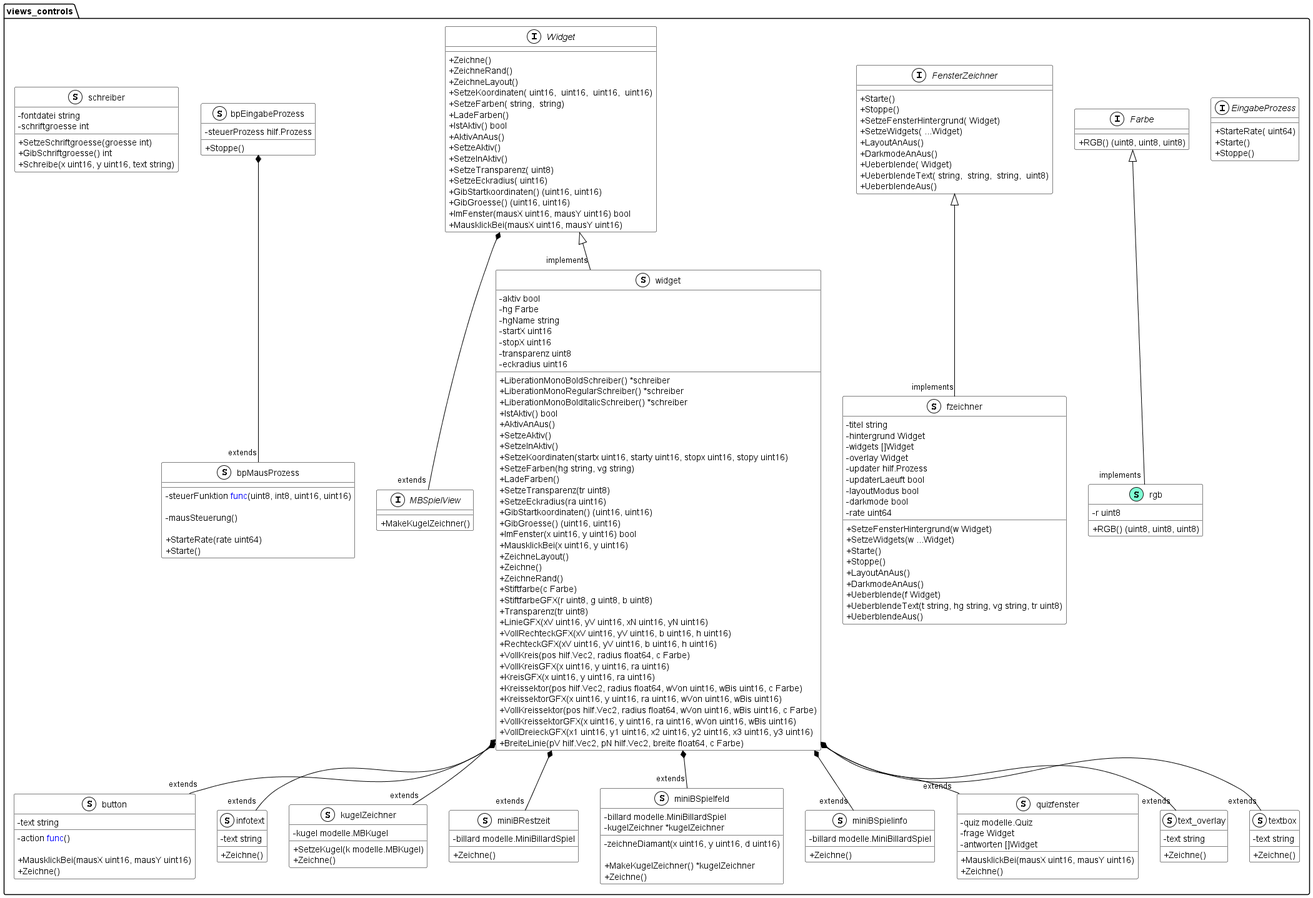
The PlantUML diagram documentation/UML/views_controls.png in Fussbroich/lwb-SWP, before a commit.
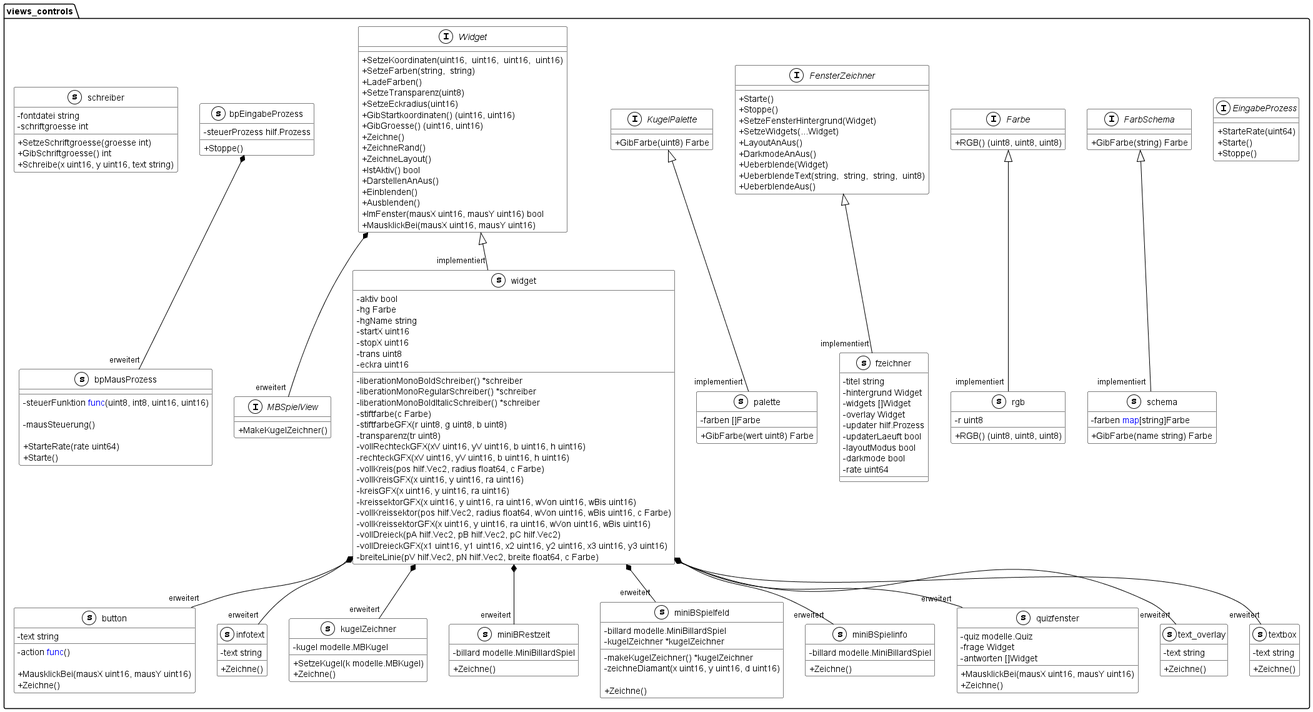
Above is the later version.

The edit, as a diff of the source:
```diff
@@ -1,82 +1,78 @@
 @startuml
 skinparam classAttributeIconSize 0
-
 skinparam class {
 BackgroundColor White
 ArrowColor Black
 BorderColor Black
 }
-skinparam stereotypeCBackgroundColor White
 namespace views_controls {
     interface EingabeProzess << (I,White) >> {
-        + StarteRate( uint64)
+        + StarteRate(uint64)
         + Starte()
         + Stoppe()
-
+    }
+    interface FarbSchema << (I,White) >> {
+        + GibFarbe(string) Farbe
     }
     interface Farbe << (I,White) >> {
         + RGB() (uint8, uint8, uint8)
-
     }
     interface FensterZeichner << (I,White) >> {
         + Starte()
         + Stoppe()
-        + SetzeFensterHintergrund( Widget)
-        + SetzeWidgets( ...Widget)
+        + SetzeFensterHintergrund(Widget)
+        + SetzeWidgets(...Widget)
         + LayoutAnAus()
         + DarkmodeAnAus()
-        + Ueberblende( Widget)
-        + UeberblendeText( string,  string,  string,  uint8)
+        + Ueberblende(Widget)
+        + UeberblendeText(string,  string,  string,  uint8)
         + UeberblendeAus()
-
+    }
+    interface KugelPalette << (I,White) >> {
+        + GibFarbe(uint8) Farbe
     }
     interface MBSpielView << (I,White) >> {
         + MakeKugelZeichner()
-
     }
     interface Widget << (I,White) >> {
+        + SetzeKoordinaten(uint16,  uint16,  uint16,  uint16)
+        + SetzeFarben(string,  string)
+        + LadeFarben()
+        + SetzeTransparenz(uint8)
+        + SetzeEckradius(uint16)
+        + GibStartkoordinaten() (uint16, uint16)
+        + GibGroesse() (uint16, uint16)
         + Zeichne()
         + ZeichneRand()
         + ZeichneLayout()
-        + SetzeKoordinaten( uint16,  uint16,  uint16,  uint16)
-        + SetzeFarben( string,  string)
-        + LadeFarben()
         + IstAktiv() bool
-        + AktivAnAus()
-        + SetzeAktiv()
-        + SetzeInAktiv()
-        + SetzeTransparenz( uint8)
-        + SetzeEckradius( uint16)
-        + GibStartkoordinaten() (uint16, uint16)
-        + GibGroesse() (uint16, uint16)
+        + DarstellenAnAus()
+        + Einblenden()
+        + Ausblenden()
         + ImFenster(mausX uint16, mausY uint16) bool
         + MausklickBei(mausX uint16, mausY uint16)
-
     }
-    class bpEingabeProzess << (S,White) >> {
+    class bpEingabeProzess << (s,White) >> {
         - steuerProzess hilf.Prozess
 
         + Stoppe()
-
     }
-    class bpMausProzess << (S,White) >> {
+    class bpMausProzess << (s,White) >> {
         - steuerFunktion <font color=blue>func</font>(uint8, int8, uint16, uint16)
 
         - mausSteuerung()
 
         + StarteRate(rate uint64)
         + Starte()
-
     }
-    class button << (S,White) >> {
+    class button << (s,White) >> {
         - text string
         - action <font color=blue>func</font>()
 
         + MausklickBei(mausX uint16, mausY uint16)
         + Zeichne()
-
     }
-    class fzeichner << (S,White) >> {
+    class fzeichner << (s,White) >> {
         - titel string
         - hintergrund Widget
         - widgets []Widget
@@ -86,149 +82,122 @@
         - layoutModus bool
         - darkmode bool
         - rate uint64
-
-        + SetzeFensterHintergrund(w Widget)
-        + SetzeWidgets(w ...Widget)
-        + Starte()
-        + Stoppe()
-        + LayoutAnAus()
-        + DarkmodeAnAus()
-        + Ueberblende(f Widget)
-        + UeberblendeText(t string, hg string, vg string, tr uint8)
-        + UeberblendeAus()
-
     }
-    class infotext << (S,White) >> {
+    class infotext << (s,White) >> {
         - text string
 
         + Zeichne()
-
     }
-    class kugelZeichner << (S,White) >> {
+    class kugelZeichner << (s,White) >> {
         - kugel modelle.MBKugel
 
         + SetzeKugel(k modelle.MBKugel)
         + Zeichne()
-
     }
-    class miniBRestzeit << (S,White) >> {
+    class miniBRestzeit << (s,White) >> {
         - billard modelle.MiniBillardSpiel
 
         + Zeichne()
-
     }
-    class miniBSpielfeld << (S,White) >> {
+    class miniBSpielfeld << (s,White) >> {
         - billard modelle.MiniBillardSpiel
         - kugelZeichner *kugelZeichner
 
+        - makeKugelZeichner() *kugelZeichner
         - zeichneDiamant(x uint16, y uint16, d uint16)
 
-        + MakeKugelZeichner() *kugelZeichner
         + Zeichne()
-
     }
-    class miniBSpielinfo << (S,White) >> {
+    class miniBSpielinfo << (s,White) >> {
         - billard modelle.MiniBillardSpiel
 
         + Zeichne()
+    }
+    class palette << (s,White) >> {
+        - farben []Farbe
 
+        + GibFarbe(wert uint8) Farbe
     }
-    class quizfenster << (S,White) >> {
+    class quizfenster << (s,White) >> {
         - quiz modelle.Quiz
         - frage Widget
         - antworten []Widget
 
         + MausklickBei(mausX uint16, mausY uint16)
         + Zeichne()
-
     }
-    class rgb << (S,Aquamarine) >> {
+    class rgb << (s,White) >> {
         - r uint8
 
         + RGB() (uint8, uint8, uint8)
+    }
+    class schema << (s,White) >> {
+        - farben <font color=blue>map</font>[string]Farbe
 
+        + GibFarbe(name string) Farbe
     }
-    class schreiber << (S,White) >> {
+    class schreiber << (s,White) >> {
         - fontdatei string
         - schriftgroesse int
 
         + SetzeSchriftgroesse(groesse int)
         + GibSchriftgroesse() int
         + Schreibe(x uint16, y uint16, text string)
-
     }
-    class text_overlay << (S,White) >> {
+    class text_overlay << (s,White) >> {
         - text string
 
         + Zeichne()
-
     }
-    class textbox << (S,White) >> {
+    class textbox << (s,White) >> {
         - text string
 
         + Zeichne()
-
     }
-    class widget << (S,White) >> {
+    class widget << (s,White) >> {
         - aktiv bool
         - hg Farbe
         - hgName string
         - startX uint16
         - stopX uint16
-        - transparenz uint8
-        - eckradius uint16
+        - trans uint8
+        - eckra uint16
 
-        + LiberationMonoBoldSchreiber() *schreiber
-        + LiberationMonoRegularSchreiber() *schreiber
-        + LiberationMonoBoldItalicSchreiber() *schreiber
-        + IstAktiv() bool
-        + AktivAnAus()
-        + SetzeAktiv()
-        + SetzeInAktiv()
-        + SetzeKoordinaten(startx uint16, starty uint16, stopx uint16, stopy uint16)
-        + SetzeFarben(hg string, vg string)
-        + LadeFarben()
-        + SetzeTransparenz(tr uint8)
-        + SetzeEckradius(ra uint16)
-        + GibStartkoordinaten() (uint16, uint16)
-        + GibGroesse() (uint16, uint16)
-        + ImFenster(x uint16, y uint16) bool
-        + MausklickBei(x uint16, y uint16)
-        + ZeichneLayout()
-        + Zeichne()
-        + ZeichneRand()
-        + Stiftfarbe(c Farbe)
-        + StiftfarbeGFX(r uint8, g uint8, b uint8)
-        + Transparenz(tr uint8)
-        + LinieGFX(xV uint16, yV uint16, xN uint16, yN uint16)
-        + VollRechteckGFX(xV uint16, yV uint16, b uint16, h uint16)
-        + RechteckGFX(xV uint16, yV uint16, b uint16, h uint16)
-        + VollKreis(pos hilf.Vec2, radius float64, c Farbe)
-        + VollKreisGFX(x uint16, y uint16, ra uint16)
-        + KreisGFX(x uint16, y uint16, ra uint16)
-        + Kreissektor(pos hilf.Vec2, radius float64, wVon uint16, wBis uint16, c Farbe)
-        + KreissektorGFX(x uint16, y uint16, ra uint16, wVon uint16, wBis uint16)
-        + VollKreissektor(pos hilf.Vec2, radius float64, wVon uint16, wBis uint16, c Farbe)
-        + VollKreissektorGFX(x uint16, y uint16, ra uint16, wVon uint16, wBis uint16)
-        + VollDreieckGFX(x1 uint16, y1 uint16, x2 uint16, y2 uint16, x3 uint16, y3 uint16)
-        + BreiteLinie(pV hilf.Vec2, pN hilf.Vec2, breite float64, c Farbe)
-
+        - liberationMonoBoldSchreiber() *schreiber
+        - liberationMonoRegularSchreiber() *schreiber
+        - liberationMonoBoldItalicSchreiber() *schreiber
+        - stiftfarbe(c Farbe)
+        - stiftfarbeGFX(r uint8, g uint8, b uint8)
+        - transparenz(tr uint8)
+        - vollRechteckGFX(xV uint16, yV uint16, b uint16, h uint16)
+        - rechteckGFX(xV uint16, yV uint16, b uint16, h uint16)
+        - vollKreis(pos hilf.Vec2, radius float64, c Farbe)
+        - vollKreisGFX(x uint16, y uint16, ra uint16)
+        - kreisGFX(x uint16, y uint16, ra uint16)
+        - kreissektorGFX(x uint16, y uint16, ra uint16, wVon uint16, wBis uint16)
+        - vollKreissektor(pos hilf.Vec2, radius float64, wVon uint16, wBis uint16, c Farbe)
+        - vollKreissektorGFX(x uint16, y uint16, ra uint16, wVon uint16, wBis uint16)
+        - vollDreieck(pA hilf.Vec2, pB hilf.Vec2, pC hilf.Vec2)
+        - vollDreieckGFX(x1 uint16, y1 uint16, x2 uint16, y2 uint16, x3 uint16, y3 uint16)
+        - breiteLinie(pV hilf.Vec2, pN hilf.Vec2, breite float64, c Farbe)
     }
 }
-"views_controls.Widget" *-- "extends""views_controls.MBSpielView"
-"views_controls.bpEingabeProzess" *-- "extends""views_controls.bpMausProzess"
-"views_controls.widget" *-- "extends""views_controls.button"
-"views_controls.widget" *-- "extends""views_controls.infotext"
-"views_controls.widget" *-- "extends""views_controls.kugelZeichner"
-"views_controls.widget" *-- "extends""views_controls.miniBRestzeit"
-"views_controls.widget" *-- "extends""views_controls.miniBSpielfeld"
-"views_controls.widget" *-- "extends""views_controls.miniBSpielinfo"
-"views_controls.widget" *-- "extends""views_controls.quizfenster"
-"views_controls.widget" *-- "extends""views_controls.text_overlay"
-"views_controls.widget" *-- "extends""views_controls.textbox"
+"views_controls.Widget" *-- "erweitert""views_controls.MBSpielView"
+"views_controls.bpEingabeProzess" *-- "erweitert""views_controls.bpMausProzess"
+"views_controls.widget" *-- "erweitert""views_controls.button"
+"views_controls.widget" *-- "erweitert""views_controls.infotext"
+"views_controls.widget" *-- "erweitert""views_controls.kugelZeichner"
+"views_controls.widget" *-- "erweitert""views_controls.miniBRestzeit"
+"views_controls.widget" *-- "erweitert""views_controls.miniBSpielfeld"
+"views_controls.widget" *-- "erweitert""views_controls.miniBSpielinfo"
+"views_controls.widget" *-- "erweitert""views_controls.quizfenster"
+"views_controls.widget" *-- "erweitert""views_controls.text_overlay"
+"views_controls.widget" *-- "erweitert""views_controls.textbox"
 
-"views_controls.FensterZeichner" <|-- "implements""views_controls.fzeichner"
-"views_controls.Farbe" <|-- "implements""views_controls.rgb"
-"views_controls.Widget" <|-- "implements""views_controls.widget"
+"views_controls.FensterZeichner" <|-- "implementiert""views_controls.fzeichner"
+"views_controls.KugelPalette" <|-- "implementiert""views_controls.palette"
+"views_controls.Farbe" <|-- "implementiert""views_controls.rgb"
+"views_controls.FarbSchema" <|-- "implementiert""views_controls.schema"
+"views_controls.Widget" <|-- "implementiert""views_controls.widget"
 
 @enduml
```
